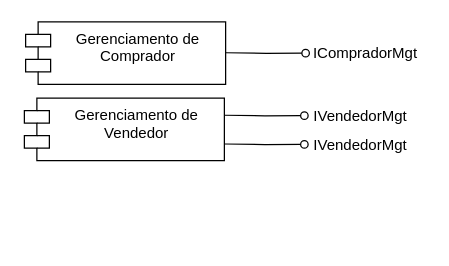
Above: page "Componentes de Negocio" (5 of 6) of DiagramasDeModelagem.drawio in luca-moraes/projetoCorintoModelagem (draw.io), before the change. Source tidied: cells renumbered, new cells numbered last; positions are measured from the earlier drawing's top-left corner, leaving out a move shared by most shapes. Both pictures are drawn from the tidied source at 125%, with x=0, y=0 at pixel (24, 21).
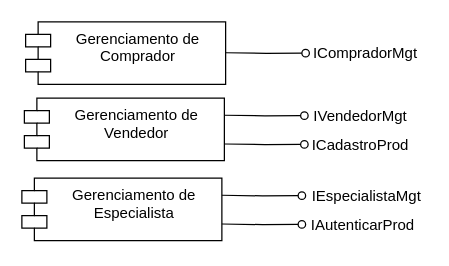
After the change.

The edit, as a diff of the source:
```diff
@@
 <mxGraphModel>
   <root>
     <mxCell id="0" />
     <mxCell id="1" parent="0" />
     <mxCell id="2" value="Gerenciamento de Comprador" style="shape=module;align=center;spacingLeft=20;align=center;verticalAlign=top;whiteSpace=wrap;html=1;" parent="1" vertex="1">
       <mxGeometry x="1" width="160" height="50" as="geometry" />
     </mxCell>
     <mxCell id="3" style="edgeStyle=orthogonalEdgeStyle;rounded=0;jettySize=auto;html=1;exitX=1;exitY=0.25;exitDx=0;exitDy=0;endArrow=oval;endFill=0;strokeWidth=1;jumpSize=6;" parent="1" edge="1" target="4">
       <mxGeometry relative="1" as="geometry">
         <mxPoint x="161" y="24.7" as="sourcePoint" />
       </mxGeometry>
     </mxCell>
     <mxCell id="4" value="ICompradorMgt" style="text;html=1;strokeColor=none;fillColor=none;align=center;verticalAlign=middle;whiteSpace=wrap;rounded=0;" parent="1" vertex="1">
       <mxGeometry x="225" y="10" width="96" height="30" as="geometry" />
     </mxCell>
     <mxCell id="5" value="Gerenciamento de Vendedor" style="shape=module;align=center;spacingLeft=20;align=center;verticalAlign=top;whiteSpace=wrap;html=1;" parent="1" vertex="1">
       <mxGeometry y="61" width="160" height="50" as="geometry" />
     </mxCell>
     <mxCell id="6" style="edgeStyle=orthogonalEdgeStyle;rounded=0;orthogonalLoop=1;jettySize=auto;html=1;exitX=1;exitY=0.25;exitDx=0;exitDy=0;endArrow=oval;endFill=0;strokeWidth=1;jumpSize=6;" parent="1" edge="1">
       <mxGeometry relative="1" as="geometry">
         <mxPoint x="160" y="74.7" as="sourcePoint" />
         <mxPoint x="224" y="75" as="targetPoint" />
       </mxGeometry>
     </mxCell>
     <mxCell id="7" value="IVendedorMgt" style="text;html=1;strokeColor=none;fillColor=none;align=center;verticalAlign=middle;whiteSpace=wrap;rounded=0;" parent="1" vertex="1">
       <mxGeometry x="221" y="61" width="96" height="30" as="geometry" />
     </mxCell>
     <mxCell id="8" style="edgeStyle=orthogonalEdgeStyle;rounded=0;orthogonalLoop=1;jettySize=auto;html=1;exitX=1;exitY=0.25;exitDx=0;exitDy=0;endArrow=oval;endFill=0;strokeWidth=1;jumpSize=6;" parent="1" edge="1">
       <mxGeometry relative="1" as="geometry">
         <mxPoint x="160" y="97.7" as="sourcePoint" />
         <mxPoint x="224" y="98" as="targetPoint" />
       </mxGeometry>
     </mxCell>
-    <mxCell id="9" value="IVendedorMgt" style="text;html=1;strokeColor=none;fillColor=none;align=center;verticalAlign=middle;whiteSpace=wrap;rounded=0;" parent="1" vertex="1">
+    <mxCell id="9" value="ICadastroProd" style="text;html=1;strokeColor=none;fillColor=none;align=center;verticalAlign=middle;whiteSpace=wrap;rounded=0;" parent="1" vertex="1">
       <mxGeometry x="221" y="84" width="96" height="30" as="geometry" />
     </mxCell>
+    <mxCell id="10" value="Gerenciamento de Especialista" style="shape=module;align=center;spacingLeft=20;align=center;verticalAlign=top;whiteSpace=wrap;html=1;" parent="1" vertex="1">
+      <mxGeometry x="-2" y="125" width="160" height="50" as="geometry" />
+    </mxCell>
+    <mxCell id="11" style="edgeStyle=orthogonalEdgeStyle;rounded=0;orthogonalLoop=1;jettySize=auto;html=1;exitX=1;exitY=0.25;exitDx=0;exitDy=0;endArrow=oval;endFill=0;strokeWidth=1;jumpSize=6;" parent="1" edge="1">
+      <mxGeometry relative="1" as="geometry">
+        <mxPoint x="158" y="138.7" as="sourcePoint" />
+        <mxPoint x="222" y="139" as="targetPoint" />
+      </mxGeometry>
+    </mxCell>
+    <mxCell id="12" value="IEspecialistaMgt" style="text;html=1;strokeColor=none;fillColor=none;align=center;verticalAlign=middle;whiteSpace=wrap;rounded=0;" parent="1" vertex="1">
+      <mxGeometry x="226" y="125" width="96" height="30" as="geometry" />
+    </mxCell>
+    <mxCell id="13" style="edgeStyle=orthogonalEdgeStyle;rounded=0;orthogonalLoop=1;jettySize=auto;html=1;exitX=1;exitY=0.25;exitDx=0;exitDy=0;endArrow=oval;endFill=0;strokeWidth=1;jumpSize=6;" parent="1" edge="1">
+      <mxGeometry relative="1" as="geometry">
+        <mxPoint x="158" y="161.7" as="sourcePoint" />
+        <mxPoint x="222" y="162" as="targetPoint" />
+      </mxGeometry>
+    </mxCell>
+    <mxCell id="14" value="IAutenticarProd" style="text;html=1;strokeColor=none;fillColor=none;align=center;verticalAlign=middle;whiteSpace=wrap;rounded=0;" parent="1" vertex="1">
+      <mxGeometry x="223" y="148" width="96" height="30" as="geometry" />
+    </mxCell>
   </root>
 </mxGraphModel>
```
